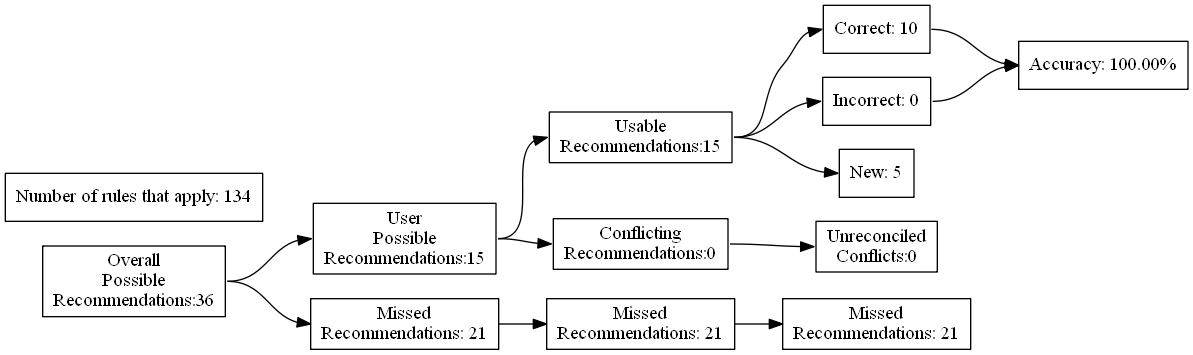
ZaxR/ibd_diet_analysis keeps this Graphviz diagram as test_renders/2.gv.png. Above is the earlier version. Its source is kept beside it as test_renders/2.gv.
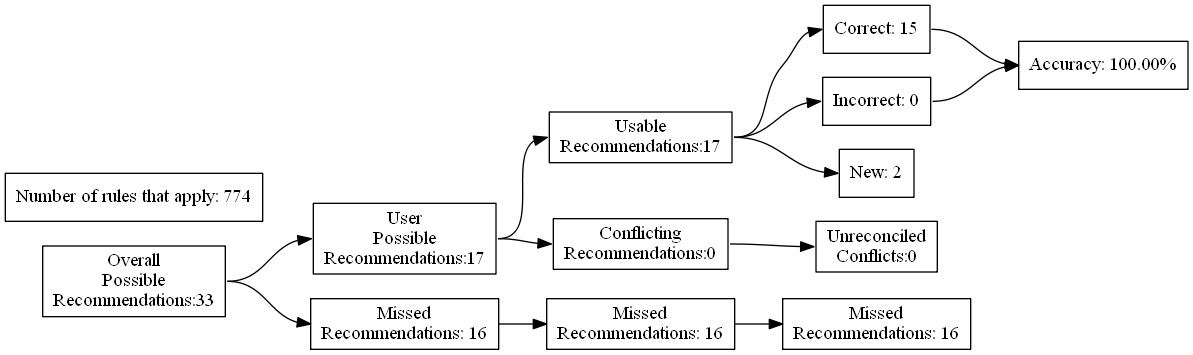
After the commit.

What changed in the source:
```diff
@@ -4,27 +4,27 @@
 	edge [headport=w tailport=e]
 		A [label="Overall
 Possible
-Recommendations:36"]
+Recommendations:33"]
 		B [label="User
 Possible
-Recommendations:15"]
+Recommendations:17"]
 		C [label="Missed
-Recommendations: 21"]
+Recommendations: 16"]
 		D [label="Usable
-Recommendations:15"]
+Recommendations:17"]
 		E [label="Conflicting
 Recommendations:0"]
 		J [label="Missed
-Recommendations: 21"]
+Recommendations: 16"]
 		M [label="Unreconciled
 Conflicts:0"]
-		F [label="Correct: 10"]
+		F [label="Correct: 15"]
 		G [label="Incorrect: 0"]
-		H [label="New: 5"]
+		H [label="New: 2"]
 		K [label="Missed
-Recommendations: 21"]
+Recommendations: 16"]
 		I [label="Accuracy: 100.00%"]
-		l [label="Number of rules that apply: 134"]
+		l [label="Number of rules that apply: 774"]
 			A -> B
 			A -> C
 			B -> D
```
